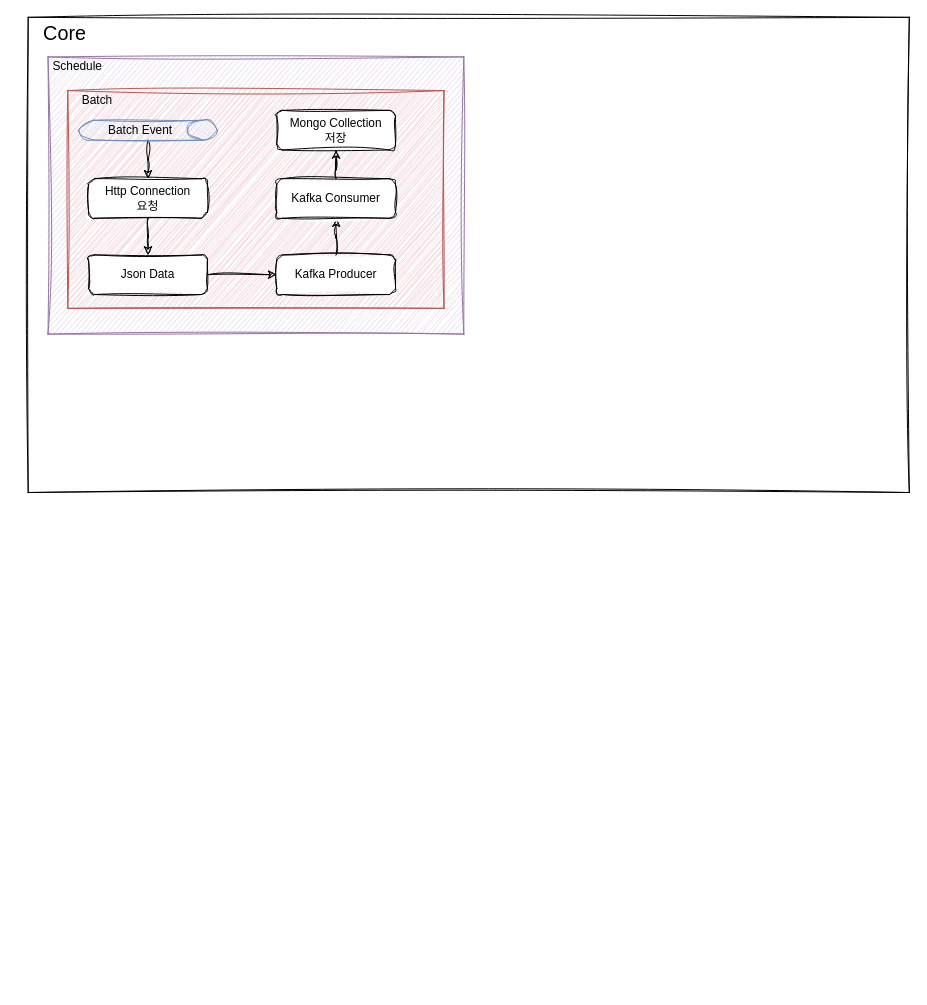
This is docs/collectData.drawio from lima1016/HelloToday, a draw.io file, before an edit. Source tidied: cells renumbered, new cells numbered last; positions are measured from the earlier drawing's top-left corner, leaving out a move shared by most shapes. Both pictures are drawn from the tidied source at 99%, with x=0, y=0 at pixel (28, 17).
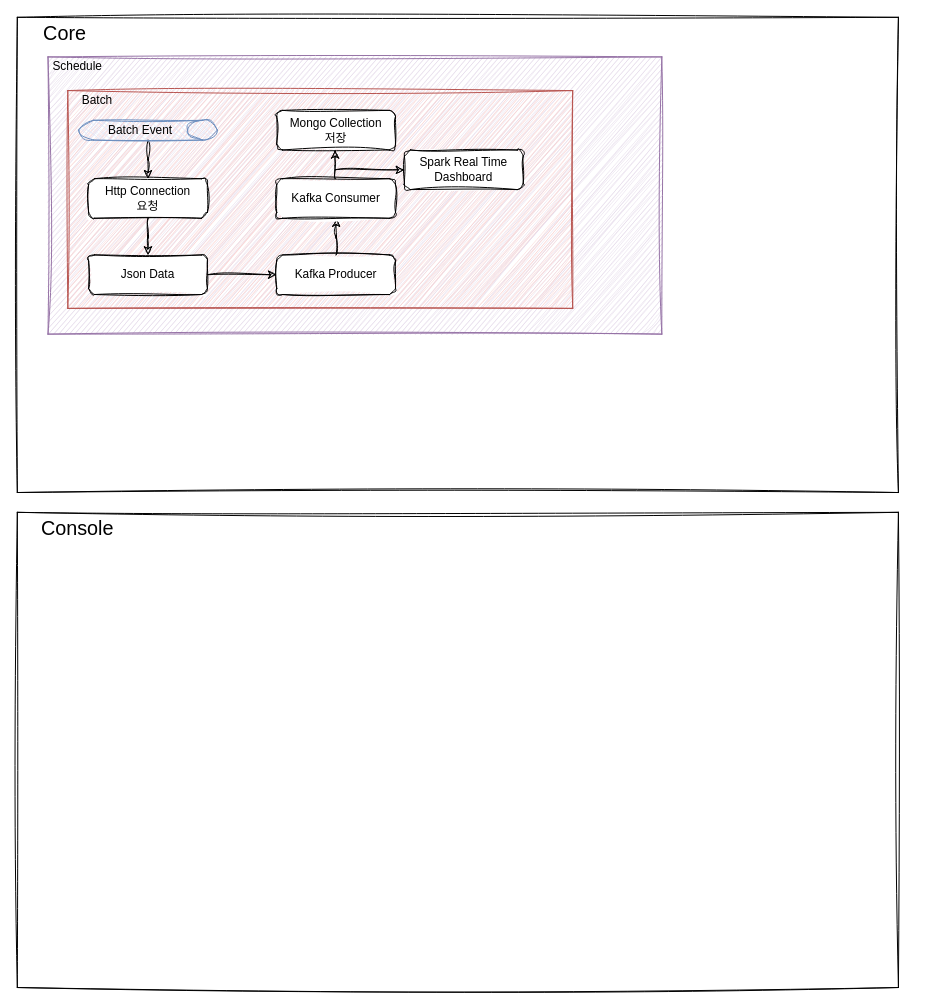
The same diagram, later.

The change refers to these unchanged cells:
```xml
<mxCell id="9" value="Kafka Consumer" style="rounded=1;whiteSpace=wrap;html=1;fontSize=12;glass=0;strokeWidth=1;shadow=0;sketch=1;curveFitting=1;jiggle=2;" parent="1" vertex="1">
  <mxGeometry x="251" y="163" width="120" height="40" as="geometry" />
</mxCell>
<mxCell id="10" value="Mongo Collection&lt;br&gt;저장" style="rounded=1;whiteSpace=wrap;html=1;fontSize=12;glass=0;strokeWidth=1;shadow=0;sketch=1;curveFitting=1;jiggle=2;" parent="1" vertex="1">
  <mxGeometry x="251" y="94" width="120" height="40" as="geometry" />
</mxCell>
```

The edit, as a diff of the source:
```diff
@@
     <mxCell id="2" style="rounded=0;whiteSpace=wrap;html=1;sketch=1;curveFitting=1;jiggle=2;" parent="1" vertex="1">
-      <mxGeometry width="890" height="480" as="geometry" />
+      <mxGeometry x="-11" width="890" height="480" as="geometry" />
     </mxCell>
     <mxCell id="3" style="rounded=0;whiteSpace=wrap;html=1;fillColor=#e1d5e7;strokeColor=#9673a6;glass=0;shadow=0;sketch=1;curveFitting=1;jiggle=2;" parent="1" vertex="1">
-      <mxGeometry x="20" y="40" width="420" height="280" as="geometry" />
+      <mxGeometry x="20" y="40" width="620" height="280" as="geometry" />
     </mxCell>
     <mxCell id="4" style="rounded=0;whiteSpace=wrap;html=1;fillColor=#f8cecc;strokeColor=#b85450;sketch=1;curveFitting=1;jiggle=2;" parent="1" vertex="1">
-      <mxGeometry x="40" y="74" width="380" height="220" as="geometry" />
+      <mxGeometry x="40" y="74" width="510" height="220" as="geometry" />
     </mxCell>
@@
     <mxCell id="8" style="edgeStyle=orthogonalEdgeStyle;rounded=0;jettySize=auto;html=1;sketch=1;curveFitting=1;jiggle=2;" parent="1" edge="1" source="9" target="10">
-      <mxGeometry relative="1" as="geometry" />
+      <mxGeometry relative="1" as="geometry">
+        <Array as="points">
+          <mxPoint x="310" y="150" />
+          <mxPoint x="310" y="150" />
+        </Array>
+      </mxGeometry>
     </mxCell>
@@
+    <mxCell id="19" value="Spark Real Time Dashboard" style="rounded=1;whiteSpace=wrap;html=1;fontSize=12;glass=0;strokeWidth=1;shadow=0;sketch=1;curveFitting=1;jiggle=2;" parent="1" vertex="1">
+      <mxGeometry x="380" y="134" width="120" height="40" as="geometry" />
+    </mxCell>
+    <mxCell id="20" style="endArrow=classic;html=1;rounded=0;sketch=1;curveFitting=1;jiggle=2;" parent="1" edge="1" target="19">
+      <mxGeometry relative="1" as="geometry">
+        <mxPoint x="310" y="154" as="sourcePoint" />
+      </mxGeometry>
+    </mxCell>
+    <mxCell id="21" style="rounded=0;whiteSpace=wrap;html=1;sketch=1;curveFitting=1;jiggle=2;" parent="1" vertex="1">
+      <mxGeometry x="-11" y="500" width="890" height="480" as="geometry" />
+    </mxCell>
+    <mxCell id="22" value="&lt;font style=&quot;font-size: 20px;&quot;&gt;Console&lt;/font&gt;" style="text;html=1;strokeColor=none;fillColor=none;align=center;verticalAlign=middle;whiteSpace=wrap;rounded=0;" parent="1" vertex="1">
+      <mxGeometry x="10" y="500" width="80" height="30" as="geometry" />
+    </mxCell>
```
